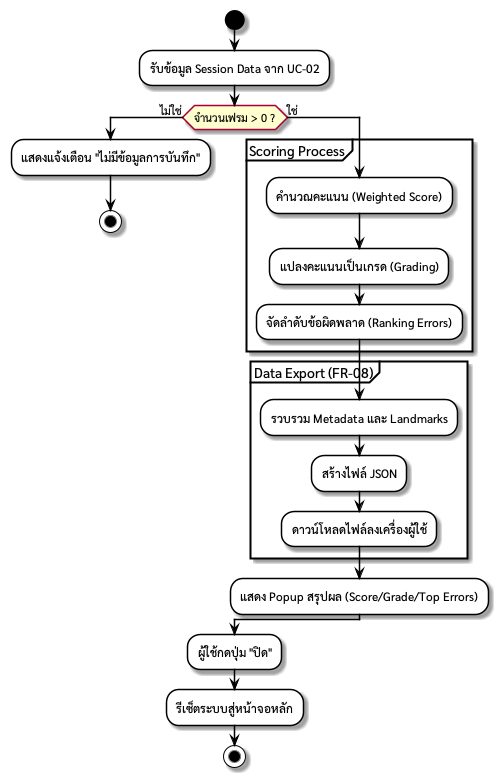
Above: out/docs/diagrams/ActivityDiagram_UC03/TaijiFlow_Activity_Diagram_UC03.png in vyut/TaijiFlow (PlantUML), before the change.
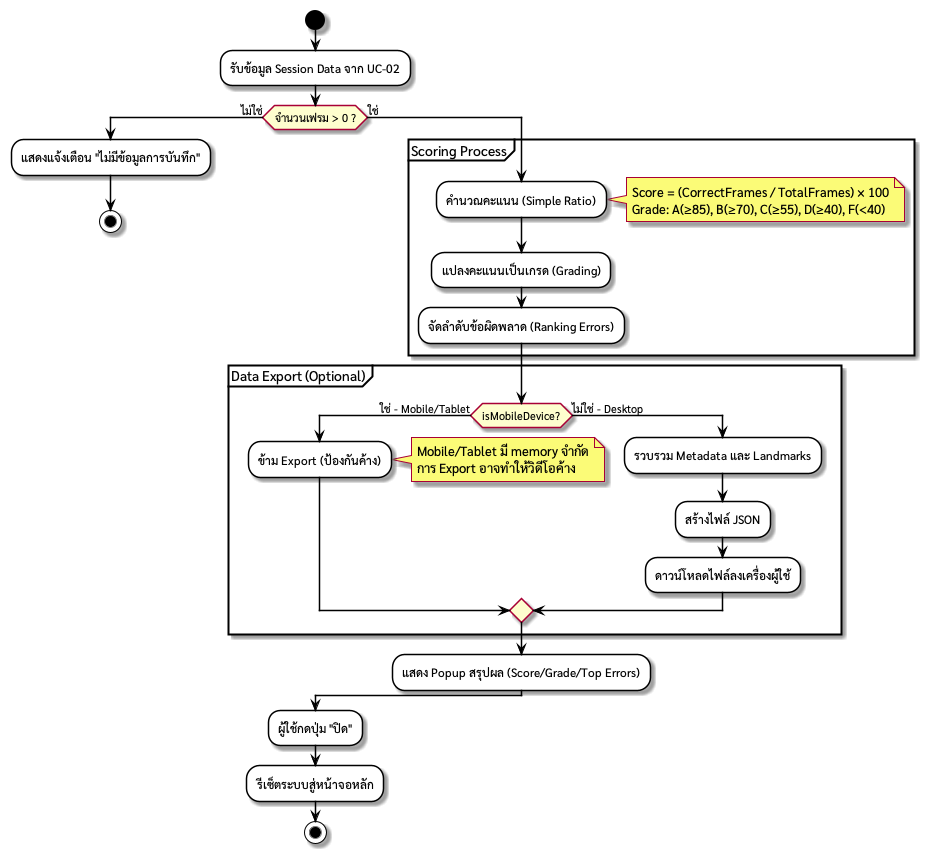
After the change.

What changed in the source:
```diff
@@ -14,15 +14,27 @@
     stop
 else (ใช่)
     partition "Scoring Process" {
-        :คำนวณคะแนน (Weighted Score);
+        :คำนวณคะแนน (Simple Ratio);
+        note right
+            Score = (CorrectFrames / TotalFrames) × 100
+            Grade: A(≥85), B(≥70), C(≥55), D(≥40), F(<40)
+        end note
         :แปลงคะแนนเป็นเกรด (Grading);
         :จัดลำดับข้อผิดพลาด (Ranking Errors);
     }
 
-    partition "Data Export (FR-08)" {
-        :รวบรวม Metadata และ Landmarks;
-        :สร้างไฟล์ JSON;
-        :ดาวน์โหลดไฟล์ลงเครื่องผู้ใช้;
+    partition "Data Export (Optional)" {
+        if (isMobileDevice?) then (ใช่ - Mobile/Tablet)
+            :ข้าม Export (ป้องกันค้าง);
+            note right
+                Mobile/Tablet มี memory จำกัด
+                การ Export อาจทำให้วิดีโอค้าง
+            end note
+        else (ไม่ใช่ - Desktop)
+            :รวบรวม Metadata และ Landmarks;
+            :สร้างไฟล์ JSON;
+            :ดาวน์โหลดไฟล์ลงเครื่องผู้ใช้;
+        endif
     }
 
     :แสดง Popup สรุปผล (Score/Grade/Top Errors);
```
